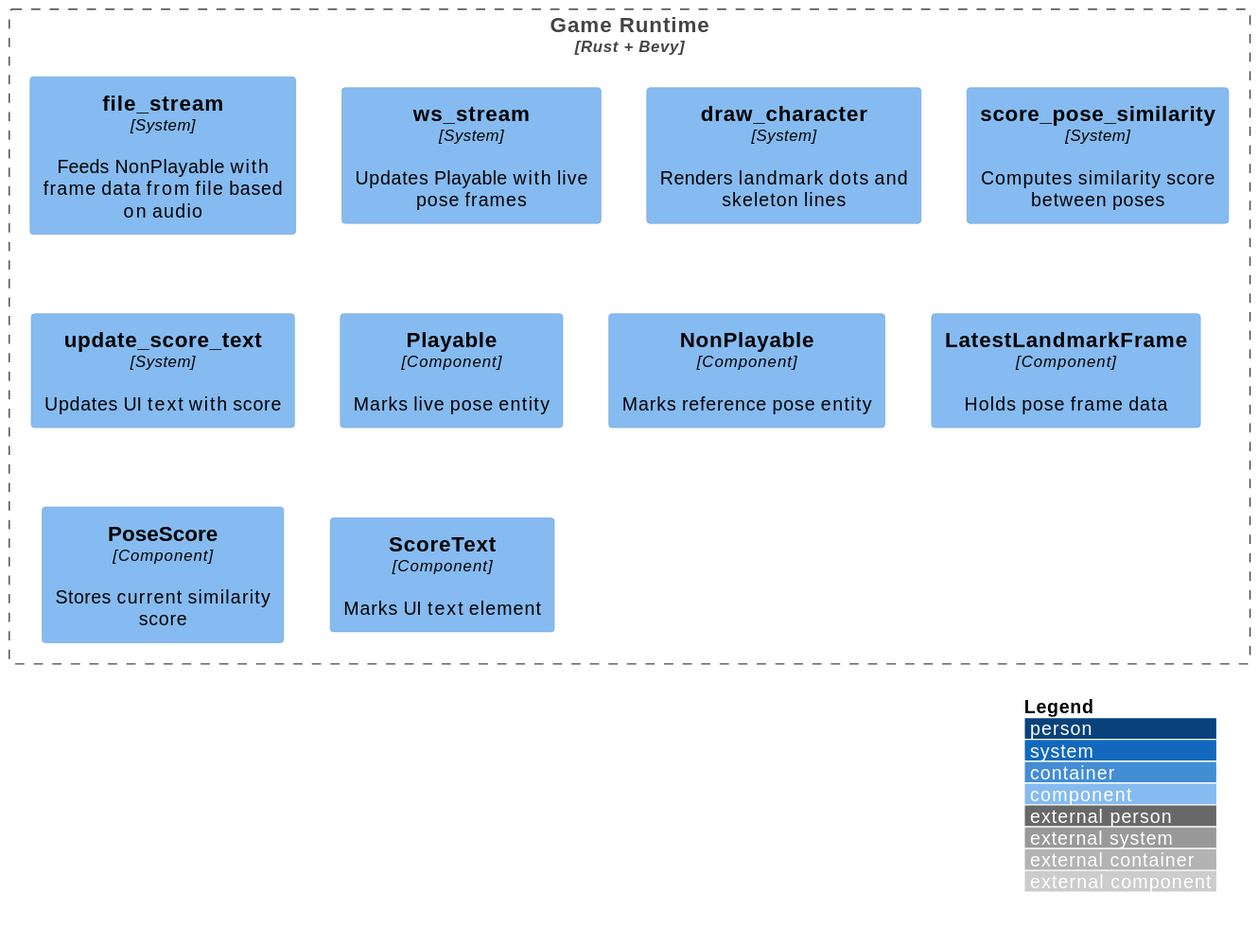
Before: docs/arch/diagrams/c4-level-3-component-game-client.svg, a diagram exported from PlantUML (tobiaslocker/pose).
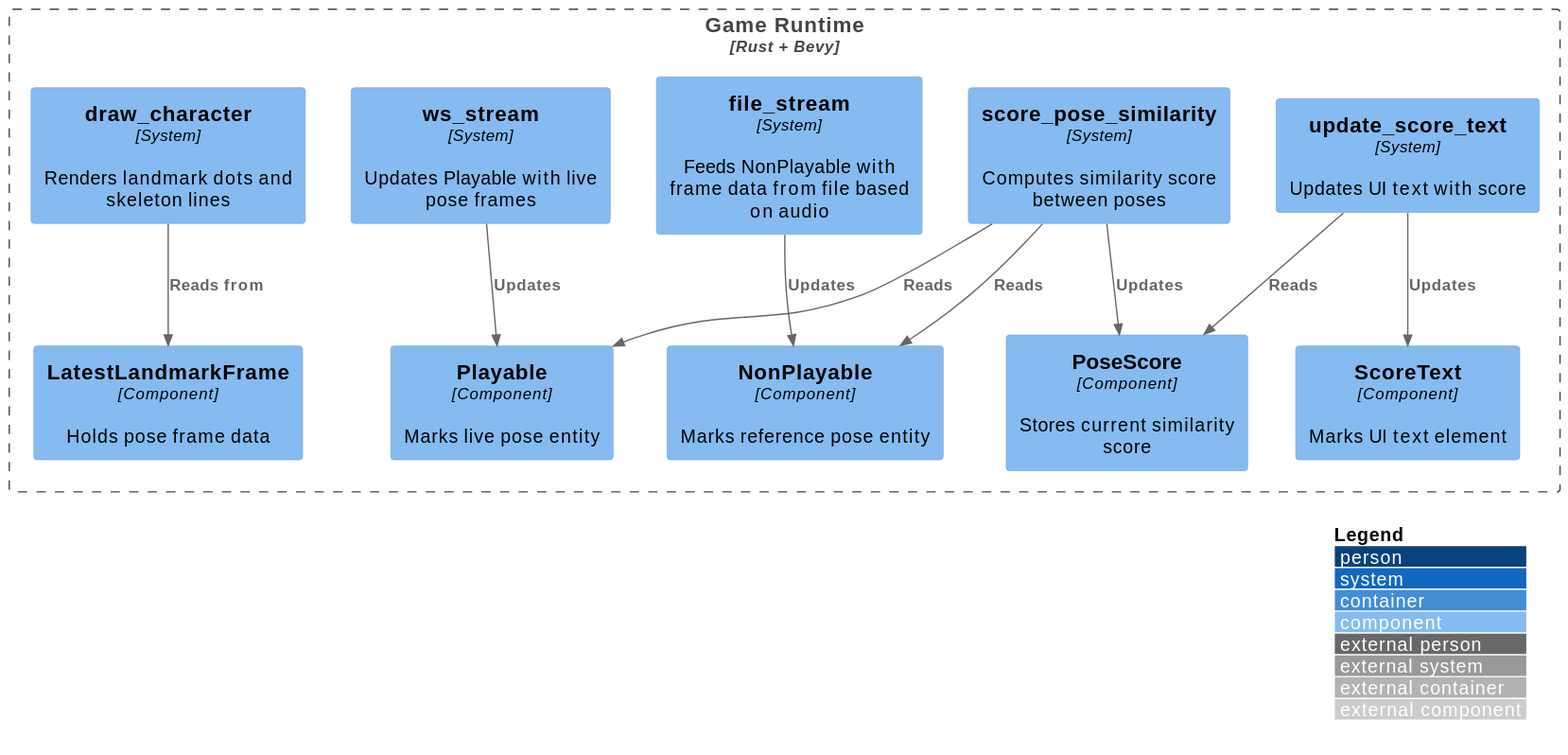
The same diagram one commit later.

The edit, as a diff of the source:
```diff
@@ -17,4 +17,13 @@
   Component(PoseScore, "PoseScore", "Component", "Stores current similarity score")
   Component(ScoreText, "ScoreText", "Component", "Marks UI text element")
 }
+
+Rel(file_stream, NonPlayable, "Updates")
+Rel(ws_stream, Playable, "Updates")
+Rel(draw_character, LatestLandmarkFrame, "Reads from")
+Rel(score_pose_similarity, Playable, "Reads")
+Rel(score_pose_similarity, NonPlayable, "Reads")
+Rel(score_pose_similarity, PoseScore, "Updates")
+Rel(update_score_text, PoseScore, "Reads")
+Rel(update_score_text, ScoreText, "Updates")
 @enduml
```
